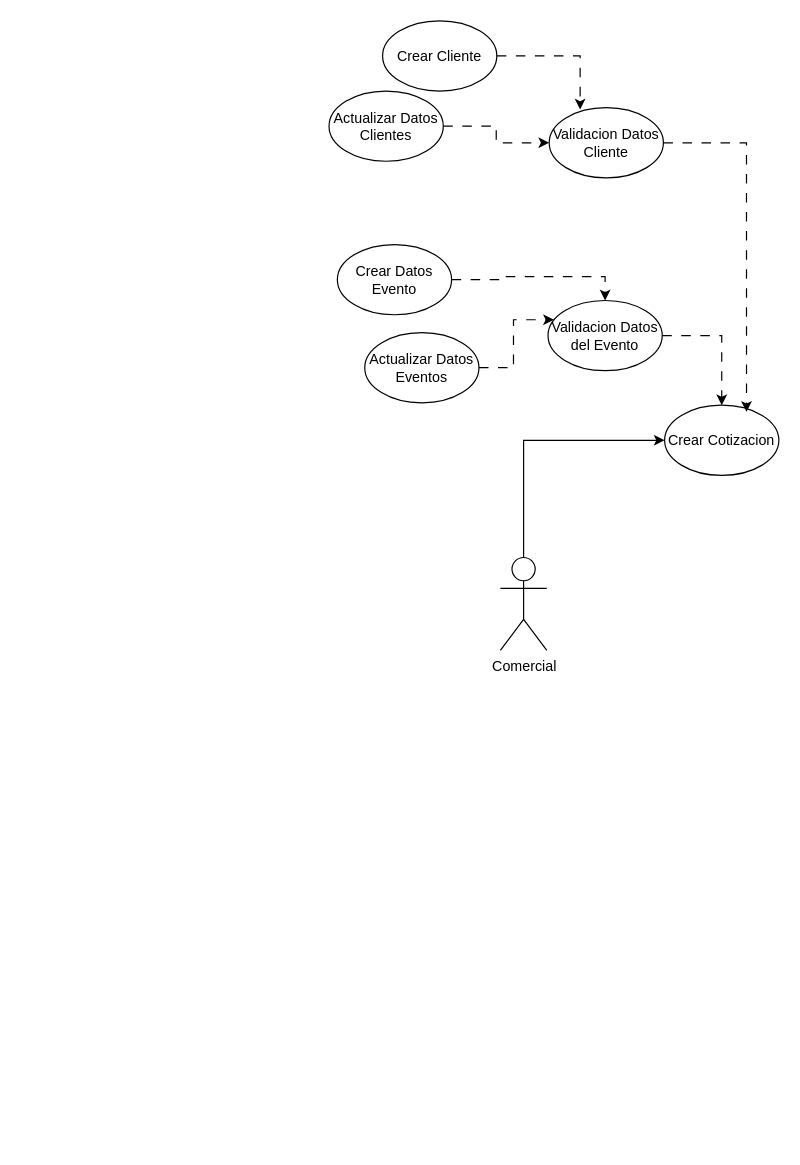
Above: UML Casos de Uso Armadillo APP.drawio in Armadillo-Land/Armadillo_APP (draw.io), before the change. Source tidied: cells renumbered, new cells numbered last; positions are measured from the earlier drawing's top-left corner, leaving out a move shared by most shapes. Both pictures are drawn from the tidied source at 119%, with x=0, y=0 at pixel (328, 20).
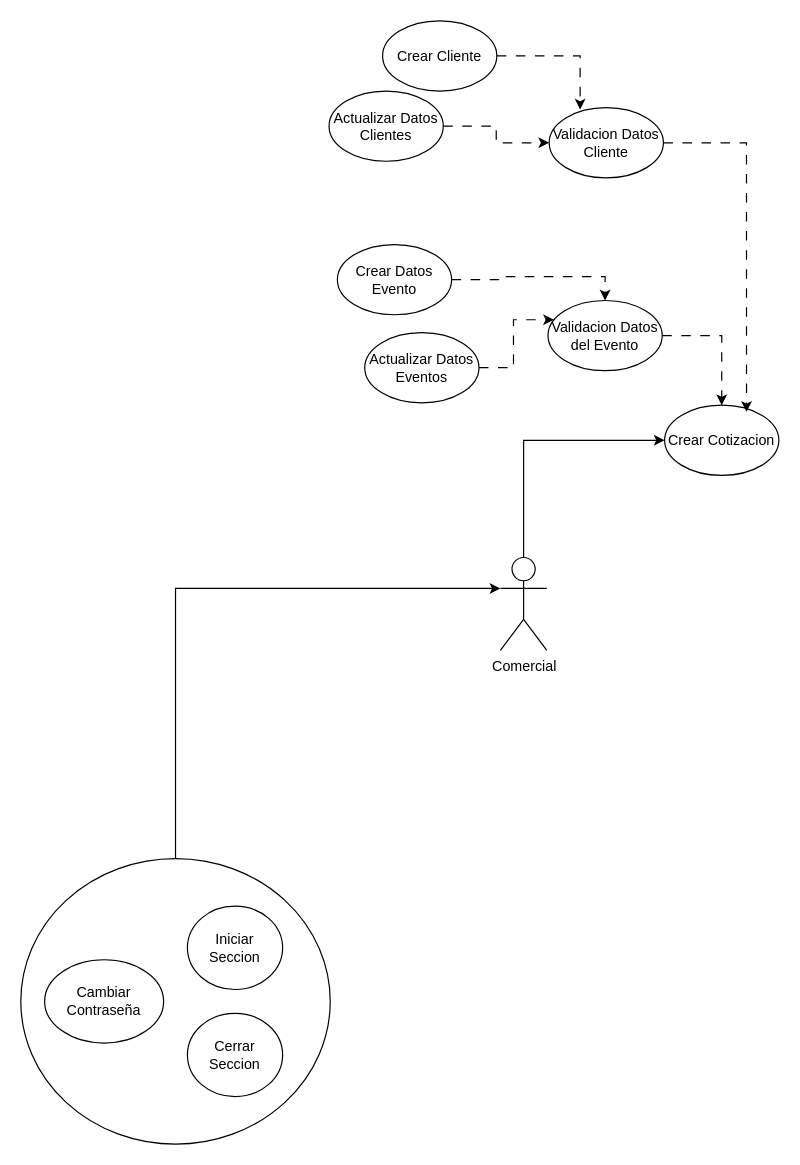
The same diagram, later.

Unchanged cells that the change refers to:
```xml
<mxCell id="4" value="Comercial" style="shape=umlActor;verticalLabelPosition=bottom;verticalAlign=top;html=1;" parent="1" vertex="1">
  <mxGeometry x="144" y="451" width="39" height="78" as="geometry" />
</mxCell>
```

The edit, as a diff of the source:
```diff
@@
+    <mxCell id="17" style="ellipse;whiteSpace=wrap;html=1;fillColor=none;" parent="1" vertex="1">
+      <mxGeometry x="-259" y="704" width="260" height="240" as="geometry" />
+    </mxCell>
+    <mxCell id="18" value="Cambiar Contraseña" style="ellipse;whiteSpace=wrap;html=1;" parent="1" vertex="1">
+      <mxGeometry x="-239" y="789" width="100" height="70" as="geometry" />
+    </mxCell>
+    <mxCell id="19" value="Iniciar Seccion" style="ellipse;whiteSpace=wrap;html=1;" parent="1" vertex="1">
+      <mxGeometry x="-119" y="744" width="80" height="70" as="geometry" />
+    </mxCell>
+    <mxCell id="20" value="Cerrar Seccion" style="ellipse;whiteSpace=wrap;html=1;" parent="1" vertex="1">
+      <mxGeometry x="-119" y="834" width="80" height="70" as="geometry" />
+    </mxCell>
+    <mxCell id="21" style="edgeStyle=orthogonalEdgeStyle;rounded=0;jettySize=auto;html=1;entryX=0;entryY=0.3333333333333333;entryDx=0;entryDy=0;entryPerimeter=0;exitX=0.5;exitY=0;exitDx=0;exitDy=0;" parent="1" edge="1" source="17" target="4">
+      <mxGeometry relative="1" as="geometry" />
+    </mxCell>
```
